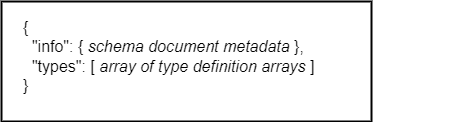
The draw.io diagram images/JADN-schema-overview-json.drawio.png in oasis-tcs/openc2-jadn-im, before a commit. Source tidied: cells renumbered, new cells last; positions are measured from the earlier drawing's top-left corner, leaving out a move shared by most shapes. Its diagram source:
```xml
<mxGraphModel background="#ffffff">
  <root>
    <mxCell id="0" />
    <mxCell id="1" parent="0" />
    <mxCell id="2" style="rounded=0;whiteSpace=wrap;html=1;fontSize=16;fontColor=#00CC00;fillColor=none;strokeWidth=2;" parent="1" vertex="1">
      <mxGeometry width="370" height="120" as="geometry" />
    </mxCell>
    <mxCell id="3" value="{&lt;div&gt;&amp;nbsp; &quot;info&quot;: { &lt;i&gt;schema document metadata&lt;/i&gt;&amp;nbsp;},&lt;/div&gt;&lt;div&gt;&amp;nbsp; &quot;types&quot;: [ &lt;i&gt;array of type definition arrays&lt;/i&gt;&amp;nbsp;]&lt;/div&gt;&lt;div&gt;}&lt;/div&gt;" style="text;html=1;align=left;verticalAlign=middle;whiteSpace=wrap;rounded=0;fontSize=16;" parent="1" vertex="1">
      <mxGeometry x="20" y="40" width="452" height="30" as="geometry" />
    </mxCell>
  </root>
</mxGraphModel>
```
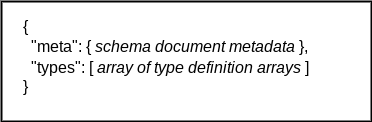
Above is the later version.

Commit message:
update fig 3-3 to JADN v2 terminology

What changed in the source:
```diff
@@ -5,8 +5,8 @@
     <mxCell id="2" style="rounded=0;whiteSpace=wrap;html=1;fontSize=16;fontColor=#00CC00;fillColor=none;strokeWidth=2;" parent="1" vertex="1">
       <mxGeometry width="370" height="120" as="geometry" />
     </mxCell>
-    <mxCell id="3" value="{&lt;div&gt;&amp;nbsp; &quot;info&quot;: { &lt;i&gt;schema document metadata&lt;/i&gt;&amp;nbsp;},&lt;/div&gt;&lt;div&gt;&amp;nbsp; &quot;types&quot;: [ &lt;i&gt;array of type definition arrays&lt;/i&gt;&amp;nbsp;]&lt;/div&gt;&lt;div&gt;}&lt;/div&gt;" style="text;html=1;align=left;verticalAlign=middle;whiteSpace=wrap;rounded=0;fontSize=16;" parent="1" vertex="1">
-      <mxGeometry x="20" y="40" width="452" height="30" as="geometry" />
+    <mxCell id="3" value="{&lt;div&gt;&amp;nbsp; &quot;meta&quot;: { &lt;i&gt;schema document metadata&lt;/i&gt;&amp;nbsp;},&lt;/div&gt;&lt;div&gt;&amp;nbsp; &quot;types&quot;: [ &lt;i&gt;array of type definition arrays&lt;/i&gt;&amp;nbsp;]&lt;/div&gt;&lt;div&gt;}&lt;/div&gt;" style="text;html=1;align=left;verticalAlign=middle;whiteSpace=wrap;rounded=0;fontSize=16;" parent="1" vertex="1">
+      <mxGeometry x="20" y="40" width="310" height="30" as="geometry" />
     </mxCell>
   </root>
 </mxGraphModel>
```
